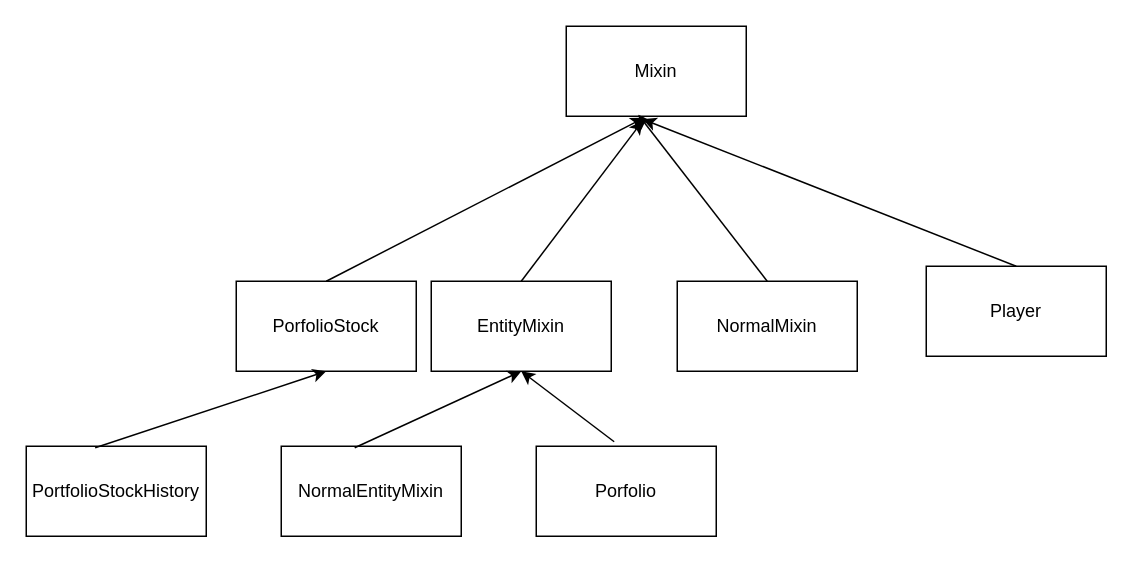
Above: detail.drawio in gnyuan/diagram (draw.io), before the change. Source tidied: cells renumbered, new cells numbered last; positions are measured from the earlier drawing's top-left corner, leaving out a move shared by most shapes. Both pictures are drawn from the tidied source at 150%, with x=0, y=0 at pixel (26, 26).
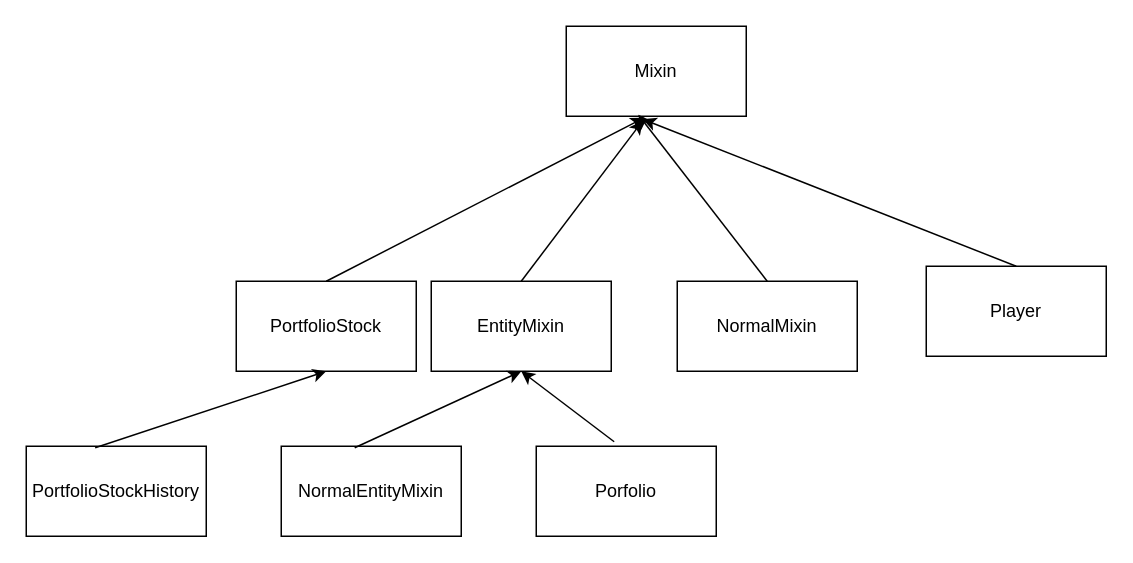
The same page after the edit.

What changed in the source:
```diff
@@
 <mxGraphModel>
   <root>
     <mxCell id="0" />
     <mxCell id="1" parent="0" />
     <mxCell id="2" value="Mixin" style="rounded=0;whiteSpace=wrap;html=1;" parent="1" vertex="1">
       <mxGeometry x="360" width="120" height="60" as="geometry" />
     </mxCell>
     <mxCell id="3" style="endArrow=classic;html=1;entryX=0.433;entryY=1.017;entryDx=0;entryDy=0;entryPerimeter=0;exitX=0.5;exitY=0;exitDx=0;exitDy=0;" parent="1" edge="1" source="9" target="2">
       <mxGeometry relative="1" as="geometry" />
     </mxCell>
     <mxCell id="4" value="NormalMixin" style="rounded=0;whiteSpace=wrap;html=1;" parent="1" vertex="1">
       <mxGeometry x="434" y="170" width="120" height="60" as="geometry" />
     </mxCell>
     <mxCell id="5" value="Player" style="rounded=0;whiteSpace=wrap;html=1;" parent="1" vertex="1">
       <mxGeometry x="600" y="160" width="120" height="60" as="geometry" />
     </mxCell>
     <mxCell id="6" value="EntityMixin" style="rounded=0;whiteSpace=wrap;html=1;" parent="1" vertex="1">
       <mxGeometry x="270" y="170" width="120" height="60" as="geometry" />
     </mxCell>
     <mxCell id="7" value="NormalEntityMixin" style="rounded=0;whiteSpace=wrap;html=1;" parent="1" vertex="1">
       <mxGeometry x="170" y="280" width="120" height="60" as="geometry" />
     </mxCell>
     <mxCell id="8" value="Porfolio" style="rounded=0;whiteSpace=wrap;html=1;" parent="1" vertex="1">
       <mxGeometry x="340" y="280" width="120" height="60" as="geometry" />
     </mxCell>
-    <mxCell id="9" value="PorfolioStock" style="rounded=0;whiteSpace=wrap;html=1;" parent="1" vertex="1">
+    <mxCell id="9" value="PortfolioStock" style="rounded=0;whiteSpace=wrap;html=1;" parent="1" vertex="1">
       <mxGeometry x="140" y="170" width="120" height="60" as="geometry" />
     </mxCell>
     <mxCell id="10" style="endArrow=classic;html=1;entryX=0.425;entryY=1.05;entryDx=0;entryDy=0;entryPerimeter=0;exitX=0.5;exitY=0;exitDx=0;exitDy=0;" parent="1" edge="1" source="6" target="2">
       <mxGeometry relative="1" as="geometry" />
     </mxCell>
     <mxCell id="11" style="endArrow=classic;html=1;entryX=0.4;entryY=0.983;entryDx=0;entryDy=0;entryPerimeter=0;exitX=0.5;exitY=0;exitDx=0;exitDy=0;" parent="1" edge="1" source="4" target="2">
       <mxGeometry relative="1" as="geometry" />
     </mxCell>
     <mxCell id="12" style="endArrow=classic;html=1;entryX=0.425;entryY=1.033;entryDx=0;entryDy=0;entryPerimeter=0;exitX=0.5;exitY=0;exitDx=0;exitDy=0;" parent="1" edge="1" source="5" target="2">
       <mxGeometry relative="1" as="geometry" />
     </mxCell>
     <mxCell id="13" style="endArrow=classic;html=1;entryX=0.5;entryY=1;entryDx=0;entryDy=0;exitX=0.408;exitY=0.017;exitDx=0;exitDy=0;exitPerimeter=0;" parent="1" edge="1" source="7" target="6">
       <mxGeometry relative="1" as="geometry" />
     </mxCell>
     <mxCell id="14" style="endArrow=classic;html=1;entryX=0.5;entryY=1;entryDx=0;entryDy=0;exitX=0.433;exitY=-0.05;exitDx=0;exitDy=0;exitPerimeter=0;" parent="1" edge="1" source="8" target="6">
       <mxGeometry relative="1" as="geometry" />
     </mxCell>
     <mxCell id="15" value="PortfolioStockHistory" style="rounded=0;whiteSpace=wrap;html=1;" parent="1" vertex="1">
       <mxGeometry y="280" width="120" height="60" as="geometry" />
     </mxCell>
     <mxCell id="16" style="endArrow=classic;html=1;entryX=0.5;entryY=1;entryDx=0;entryDy=0;exitX=0.383;exitY=0.017;exitDx=0;exitDy=0;exitPerimeter=0;" parent="1" edge="1" source="15" target="9">
       <mxGeometry relative="1" as="geometry" />
     </mxCell>
   </root>
 </mxGraphModel>
```
